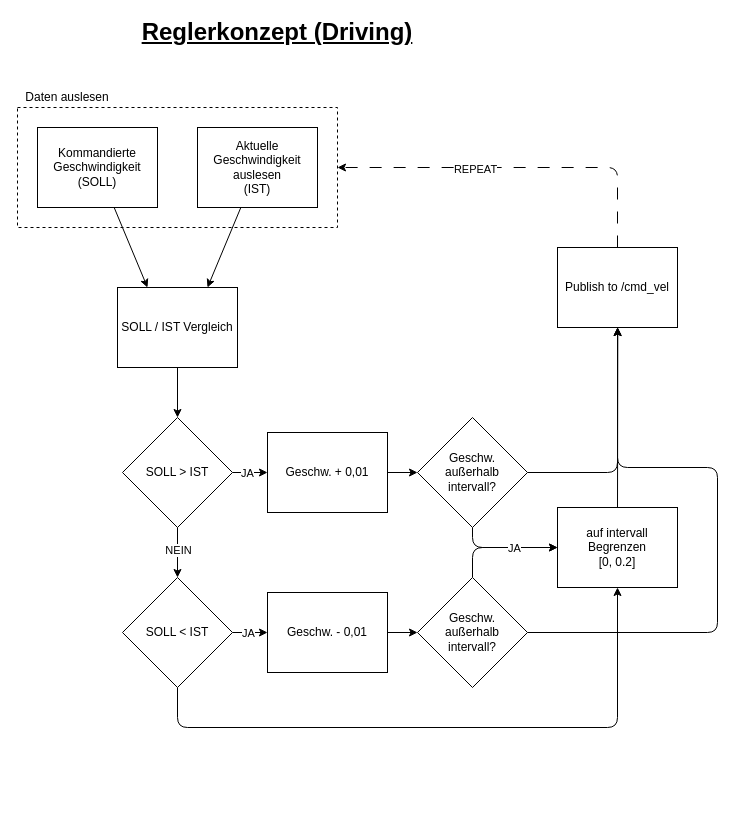
The draw.io diagram page "Driving" (1 of 3) of Doku/Regler/reglerkonzept.drawio in yaba-source/canalchecker, before the edit. Source tidied: cells renumbered, new cells numbered last; positions are measured from the earlier drawing's top-left corner, leaving out a move shared by most shapes. Both pictures are drawn from the tidied source at 100%, with x=0, y=0 at pixel (17, 17).
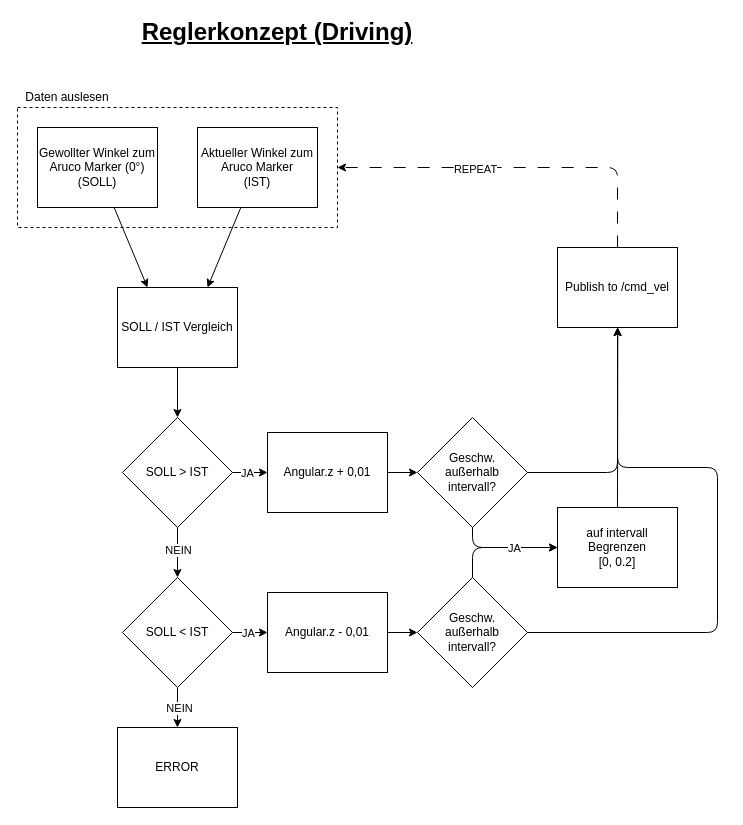
The same diagram, later.

The change refers to these unchanged cells:
```xml
<mxCell id="16" value="SOLL &amp;lt; IST" style="rhombus;whiteSpace=wrap;html=1;" parent="1" vertex="1">
  <mxGeometry x="105" y="560" width="110" height="110" as="geometry" />
</mxCell>
<mxCell id="35" value="auf intervall Begrenzen&lt;br&gt;&lt;div&gt;[0, 0.2]&lt;/div&gt;" style="rounded=0;whiteSpace=wrap;html=1;" parent="1" vertex="1">
  <mxGeometry x="540" y="490" width="120" height="80" as="geometry" />
</mxCell>
```

The edit, as a diff of the source:
```diff
@@
-    <mxCell id="5" value="Aktuelle Geschwindigkeit auslesen&lt;div&gt;(IST)&lt;/div&gt;" style="rounded=0;whiteSpace=wrap;html=1;" parent="1" vertex="1">
+    <mxCell id="5" value="Aktueller Winkel zum Aruco Marker&lt;div&gt;(IST)&lt;/div&gt;" style="rounded=0;whiteSpace=wrap;html=1;" parent="1" vertex="1">
       <mxGeometry x="180" y="110" width="120" height="80" as="geometry" />
     </mxCell>
@@
-    <mxCell id="9" value="Kommandierte Geschwindigkeit&lt;div&gt;(SOLL)&lt;/div&gt;" style="rounded=0;whiteSpace=wrap;html=1;" parent="1" vertex="1">
+    <mxCell id="9" value="Gewollter Winkel zum Aruco Marker (0°)&lt;div&gt;(SOLL)&lt;/div&gt;" style="rounded=0;whiteSpace=wrap;html=1;" parent="1" vertex="1">
       <mxGeometry x="20" y="110" width="120" height="80" as="geometry" />
     </mxCell>
@@
-    <mxCell id="15" style="edgeStyle=none;html=1;exitX=0.5;exitY=1;exitDx=0;exitDy=0;entryX=0.5;entryY=1;entryDx=0;entryDy=0;" parent="1" edge="1" source="16" target="35">
-      <mxGeometry relative="1" as="geometry">
-        <Array as="points">
-          <mxPoint x="160" y="710" />
-          <mxPoint x="600" y="710" />
-        </Array>
-      </mxGeometry>
-    </mxCell>
+    <mxCell id="36" style="edgeStyle=none;html=1;entryX=0.5;entryY=0;entryDx=0;entryDy=0;" parent="1" edge="1" source="16" target="38">
+      <mxGeometry relative="1" as="geometry" />
+    </mxCell>
+    <mxCell id="37" value="NEIN" style="edgeLabel;html=1;align=center;verticalAlign=middle;" parent="36" vertex="1">
+      <mxGeometry x="0.02" y="1" relative="1" as="geometry" />
+    </mxCell>
@@
-    <mxCell id="21" value="Geschw. + 0,01" style="rounded=0;whiteSpace=wrap;html=1;" parent="1" vertex="1">
+    <mxCell id="21" value="Angular.z + 0,01" style="rounded=0;whiteSpace=wrap;html=1;" parent="1" vertex="1">
       <mxGeometry x="250" y="415" width="120" height="80" as="geometry" />
     </mxCell>
@@
-    <mxCell id="23" value="Geschw. - 0,01" style="rounded=0;whiteSpace=wrap;html=1;" parent="1" vertex="1">
+    <mxCell id="23" value="Angular.z - 0,01" style="rounded=0;whiteSpace=wrap;html=1;" parent="1" vertex="1">
       <mxGeometry x="250" y="575" width="120" height="80" as="geometry" />
     </mxCell>
@@
+    <mxCell id="38" value="ERROR" style="rounded=0;whiteSpace=wrap;html=1;" parent="1" vertex="1">
+      <mxGeometry x="100" y="710" width="120" height="80" as="geometry" />
+    </mxCell>
```
